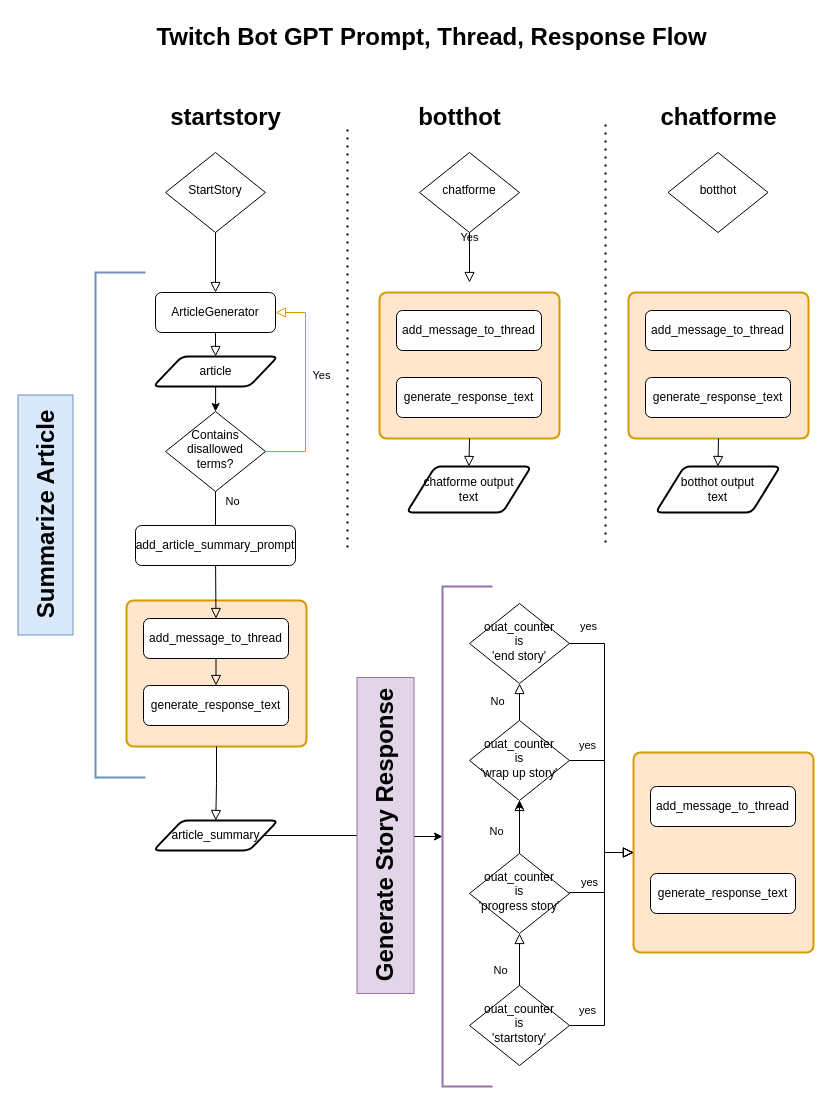
This is readme/diagrams/prompt-thread-response-flow.drawio from hitch-co/chatzilla_ai, a draw.io file, before an edit. Source tidied: cells renumbered, new cells numbered last; positions are measured from the earlier drawing's top-left corner, leaving out a move shared by most shapes. Both pictures are drawn from the tidied source at 100%, with x=0, y=0 at pixel (-75, 17).
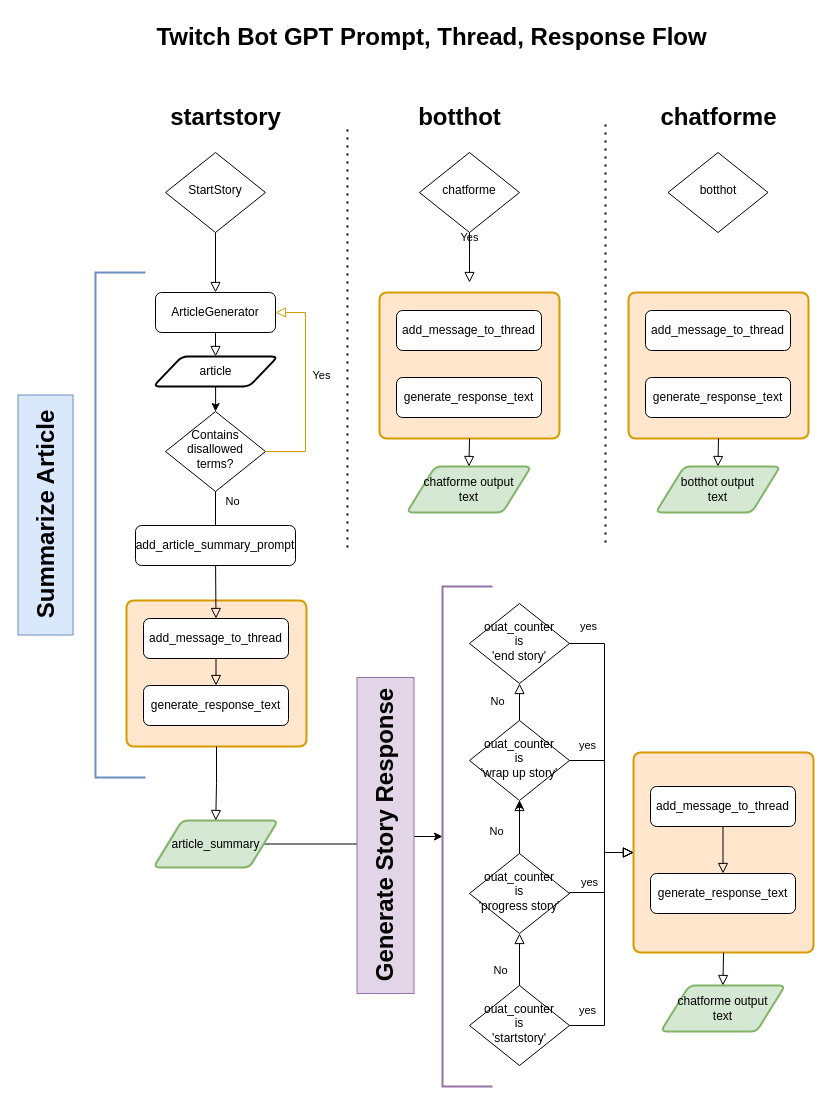
After the change.

The change refers to these unchanged cells:
```xml
<mxCell id="35" style="rounded=1;whiteSpace=wrap;html=1;absoluteArcSize=1;arcSize=14;strokeWidth=2;fillColor=#ffe6cc;strokeColor=#d79b00;" parent="1" vertex="1">
  <mxGeometry x="708" y="735" width="180" height="200" as="geometry" />
</mxCell>
<mxCell id="36" value="add_message_to_thread" style="rounded=1;whiteSpace=wrap;html=1;fontSize=12;glass=0;strokeWidth=1;shadow=0;" parent="1" vertex="1">
  <mxGeometry x="725" y="769" width="145" height="40" as="geometry" />
</mxCell>
<mxCell id="37" value="generate_response_text" style="rounded=1;whiteSpace=wrap;html=1;fontSize=12;glass=0;strokeWidth=1;shadow=0;" parent="1" vertex="1">
  <mxGeometry x="725" y="856" width="145" height="40" as="geometry" />
</mxCell>
```

Change to the diagram source:
```diff
@@
-    <mxCell id="20" value="article_summary" style="shape=parallelogram;html=1;strokeWidth=2;perimeter=parallelogramPerimeter;whiteSpace=wrap;rounded=1;arcSize=12;size=0.23;" parent="1" vertex="1">
-      <mxGeometry x="228" y="803" width="124.5" height="30" as="geometry" />
+    <mxCell id="20" value="article_summary" style="shape=parallelogram;html=1;strokeWidth=2;perimeter=parallelogramPerimeter;whiteSpace=wrap;rounded=1;arcSize=12;size=0.23;fillColor=#d5e8d4;strokeColor=#82b366;" parent="1" vertex="1">
+      <mxGeometry x="228" y="803" width="124.5" height="47" as="geometry" />
     </mxCell>
@@
-    <mxCell id="50" value="chatforme output &lt;br&gt;text" style="shape=parallelogram;html=1;strokeWidth=2;perimeter=parallelogramPerimeter;whiteSpace=wrap;rounded=1;arcSize=12;size=0.23;" parent="1" vertex="1">
+    <mxCell id="50" value="chatforme output &lt;br&gt;text" style="shape=parallelogram;html=1;strokeWidth=2;perimeter=parallelogramPerimeter;whiteSpace=wrap;rounded=1;arcSize=12;size=0.23;fillColor=#d5e8d4;strokeColor=#82b366;" parent="1" vertex="1">
       <mxGeometry x="481.2" y="449" width="124.5" height="46" as="geometry" />
     </mxCell>
-    <mxCell id="51" value="botthot output&lt;br&gt;text" style="shape=parallelogram;html=1;strokeWidth=2;perimeter=parallelogramPerimeter;whiteSpace=wrap;rounded=1;arcSize=12;size=0.23;" parent="1" vertex="1">
+    <mxCell id="51" value="botthot output&lt;br&gt;text" style="shape=parallelogram;html=1;strokeWidth=2;perimeter=parallelogramPerimeter;whiteSpace=wrap;rounded=1;arcSize=12;size=0.23;fillColor=#d5e8d4;strokeColor=#82b366;" parent="1" vertex="1">
       <mxGeometry x="730.2" y="449" width="124.5" height="46" as="geometry" />
     </mxCell>
@@
+    <mxCell id="57" style="edgeStyle=orthogonalEdgeStyle;rounded=0;html=1;jettySize=auto;fontSize=11;endArrow=block;endFill=0;endSize=8;strokeWidth=1;shadow=0;labelBackgroundColor=none;exitX=0.5;exitY=1;exitDx=0;exitDy=0;entryX=0.5;entryY=0;entryDx=0;entryDy=0;" parent="1" edge="1" source="36" target="37">
+      <mxGeometry x="-0.86" y="17" relative="1" as="geometry">
+        <Array as="points">
+          <mxPoint x="798" y="840" />
+          <mxPoint x="798" y="840" />
+        </Array>
+      </mxGeometry>
+    </mxCell>
+    <mxCell id="58" value="chatforme output &lt;br&gt;text" style="shape=parallelogram;html=1;strokeWidth=2;perimeter=parallelogramPerimeter;whiteSpace=wrap;rounded=1;arcSize=12;size=0.23;fillColor=#d5e8d4;strokeColor=#82b366;" parent="1" vertex="1">
+      <mxGeometry x="735.2" y="968" width="124.5" height="46" as="geometry" />
+    </mxCell>
+    <mxCell id="59" style="edgeStyle=orthogonalEdgeStyle;rounded=0;html=1;jettySize=auto;fontSize=11;endArrow=block;endFill=0;endSize=8;strokeWidth=1;shadow=0;labelBackgroundColor=none;exitX=0.5;exitY=1;exitDx=0;exitDy=0;entryX=0.5;entryY=0;entryDx=0;entryDy=0;" parent="1" edge="1" source="35" target="58">
+      <mxGeometry x="-0.86" y="17" relative="1" as="geometry" />
+    </mxCell>
```
